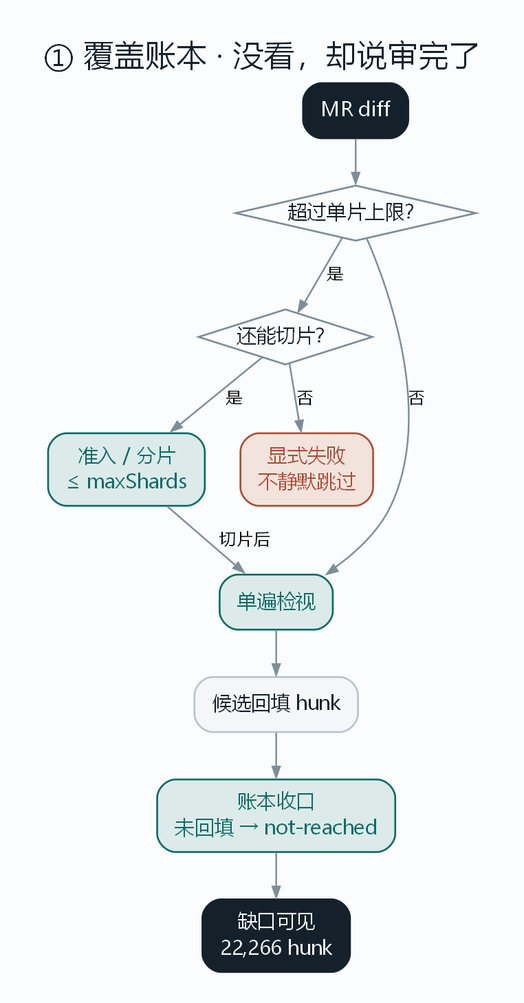
ffanwei/ReviewAgent-pi keeps this Graphviz diagram as .scratch/blog/diagrams/flow-1-coverage.png. Above is the earlier version. Its source is kept beside it as .scratch/blog/diagrams/flow-1-coverage.dot. The source it was exported from:
```dot
digraph G {
  graph [bgcolor="#FBFCFD", fontname="Microsoft YaHei", rankdir=TB, nodesep=0.32, ranksep=0.42, pad=0.28, label="① 覆盖账本 · 没看，却说审完了", labelloc=t, labeljust=l, fontsize=20, fontcolor="#14212B"];
  node [fontname="Microsoft YaHei", fontsize=13, shape=box, style="rounded,filled", fillcolor="#F4F6F8", color="#B7C4CE", fontcolor="#14212B", penwidth=1.2, margin="0.16,0.09"];
  edge [fontname="Microsoft YaHei", fontsize=11, color="#7D8D99", arrowsize=0.7, penwidth=1.1];

  start [label="MR diff", fillcolor="#14212B", color="#14212B", fontcolor="#FBFCFD"];
  d1 [label="超过单片上限？", shape=diamond, style="filled", fillcolor="#FBFCFD", color="#7D8D99", margin="0.02,0.02"];
  d2 [label="还能切片？", shape=diamond, style="filled", fillcolor="#FBFCFD", color="#7D8D99", margin="0.02,0.02"];
  p1 [label="单遍检视", fillcolor="#DCEBE9", color="#0D6A68", fontcolor="#0D6A68"];
  p2 [label="准入 / 分片\n≤ maxShards", fillcolor="#DCEBE9", color="#0D6A68", fontcolor="#0D6A68"];
  bad [label="显式失败\n不静默跳过", fillcolor="#F3E3DD", color="#A94F37", fontcolor="#A94F37"];
  p3 [label="候选回填 hunk"];
  p4 [label="账本收口\n未回填 → not-reached", fillcolor="#DCEBE9", color="#0D6A68", fontcolor="#0D6A68"];
  end [label="缺口可见\n22,266 hunk", fillcolor="#14212B", color="#14212B", fontcolor="#FBFCFD"];

  start -> d1;
  d1 -> p1 [label="否"];
  d1 -> d2 [label="是"];
  d2 -> bad [label="否"];
  d2 -> p2 [label="是"];
  p2 -> p1 [label="切片后"];
  p1 -> p3;
  p3 -> p4;
  p4 -> end;
}
```
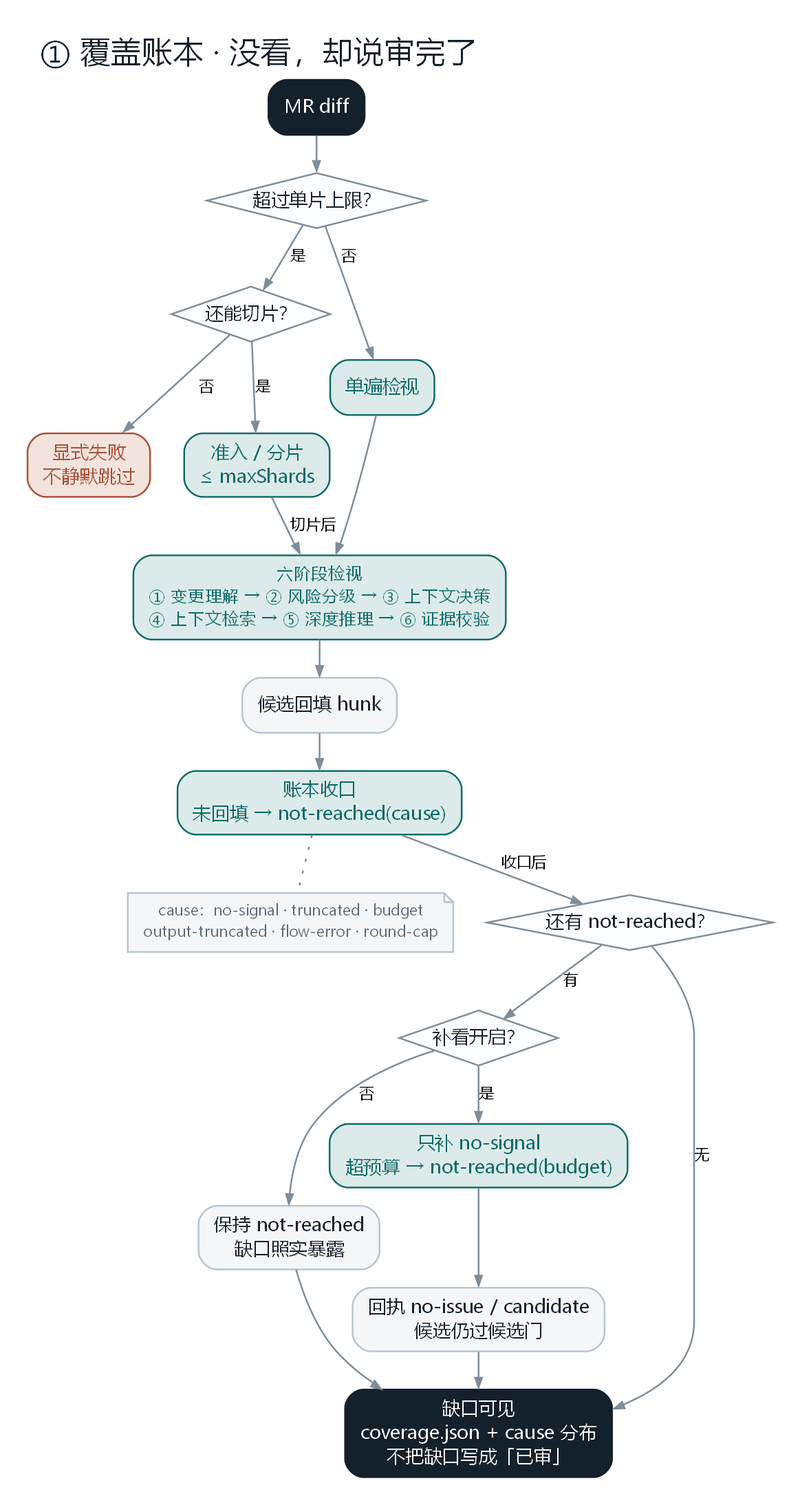
The same file after the commit.

Diff of the diagram source:
```diff
@@ -1,25 +1,41 @@
 digraph G {
-  graph [bgcolor="#FBFCFD", fontname="Microsoft YaHei", rankdir=TB, nodesep=0.32, ranksep=0.42, pad=0.28, label="① 覆盖账本 · 没看，却说审完了", labelloc=t, labeljust=l, fontsize=20, fontcolor="#14212B"];
-  node [fontname="Microsoft YaHei", fontsize=13, shape=box, style="rounded,filled", fillcolor="#F4F6F8", color="#B7C4CE", fontcolor="#14212B", penwidth=1.2, margin="0.16,0.09"];
-  edge [fontname="Microsoft YaHei", fontsize=11, color="#7D8D99", arrowsize=0.7, penwidth=1.1];
+  graph [bgcolor="#FFFFFF", fontname="Microsoft YaHei", rankdir=TB, nodesep=0.30, ranksep=0.34, pad=0.25, label="① 覆盖账本 · 没看，却说审完了", labelloc=t, labeljust=l, fontsize=20, fontcolor="#14212B"];
+  node [fontname="Microsoft YaHei", fontsize=12, shape=box, style="rounded,filled", fillcolor="#F4F6F8", color="#B7C4CE", fontcolor="#14212B", penwidth=1.1, margin="0.14,0.07"];
+  edge [fontname="Microsoft YaHei", fontsize=10, color="#7D8D99", arrowsize=0.65, penwidth=1.1];
 
-  start [label="MR diff", fillcolor="#14212B", color="#14212B", fontcolor="#FBFCFD"];
+  start [label="MR diff", fillcolor="#14212B", color="#14212B", fontcolor="#FFFFFF"];
   d1 [label="超过单片上限？", shape=diamond, style="filled", fillcolor="#FBFCFD", color="#7D8D99", margin="0.02,0.02"];
   d2 [label="还能切片？", shape=diamond, style="filled", fillcolor="#FBFCFD", color="#7D8D99", margin="0.02,0.02"];
+  bad [label="显式失败\n不静默跳过", fillcolor="#F3E3DD", color="#A94F37", fontcolor="#A94F37"];
+  p2 [label="准入 / 分片\n≤ maxShards", fillcolor="#DCEBE9", color="#0D6A68", fontcolor="#0D6A68"];
   p1 [label="单遍检视", fillcolor="#DCEBE9", color="#0D6A68", fontcolor="#0D6A68"];
-  p2 [label="准入 / 分片\n≤ maxShards", fillcolor="#DCEBE9", color="#0D6A68", fontcolor="#0D6A68"];
-  bad [label="显式失败\n不静默跳过", fillcolor="#F3E3DD", color="#A94F37", fontcolor="#A94F37"];
+  stages [label="六阶段检视\n① 变更理解 → ② 风险分级 → ③ 上下文决策\n④ 上下文检索 → ⑤ 深度推理 → ⑥ 证据校验", fontsize=11, fillcolor="#DCEBE9", color="#0D6A68", fontcolor="#0D6A68"];
   p3 [label="候选回填 hunk"];
-  p4 [label="账本收口\n未回填 → not-reached", fillcolor="#DCEBE9", color="#0D6A68", fontcolor="#0D6A68"];
-  end [label="缺口可见\n22,266 hunk", fillcolor="#14212B", color="#14212B", fontcolor="#FBFCFD"];
+  p4 [label="账本收口\n未回填 → not-reached(cause)", fillcolor="#DCEBE9", color="#0D6A68", fontcolor="#0D6A68"];
+  causes [label="cause：no-signal · truncated · budget\noutput-truncated · flow-error · round-cap", shape=note, style="filled", fillcolor="#F4F6F8", color="#B7C4CE", fontcolor="#586977", fontsize=10];
+  d3 [label="还有 not-reached？", shape=diamond, style="filled", fillcolor="#FBFCFD", color="#7D8D99", margin="0.02,0.02"];
+  d4 [label="补看开启？", shape=diamond, style="filled", fillcolor="#FBFCFD", color="#7D8D99", margin="0.02,0.02"];
+  keep [label="保持 not-reached\n缺口照实暴露"];
+  repair [label="只补 no-signal\n超预算 → not-reached(budget)", fillcolor="#DCEBE9", color="#0D6A68", fontcolor="#0D6A68"];
+  gate [label="回执 no-issue / candidate\n候选仍过候选门"];
+  end [label="缺口可见\ncoverage.json + cause 分布\n不把缺口写成「已审」", fillcolor="#14212B", color="#14212B", fontcolor="#FFFFFF"];
 
   start -> d1;
   d1 -> p1 [label="否"];
   d1 -> d2 [label="是"];
   d2 -> bad [label="否"];
   d2 -> p2 [label="是"];
-  p2 -> p1 [label="切片后"];
-  p1 -> p3;
+  p2 -> stages [label="切片后"];
+  p1 -> stages;
+  stages -> p3;
   p3 -> p4;
-  p4 -> end;
+  p4 -> causes [style=dotted, arrowhead=none];
+  p4 -> d3 [label="收口后"];
+  d3 -> end [label="无"];
+  d3 -> d4 [label="有"];
+  d4 -> keep [label="否"];
+  d4 -> repair [label="是"];
+  repair -> gate;
+  gate -> end;
+  keep -> end;
 }
```
